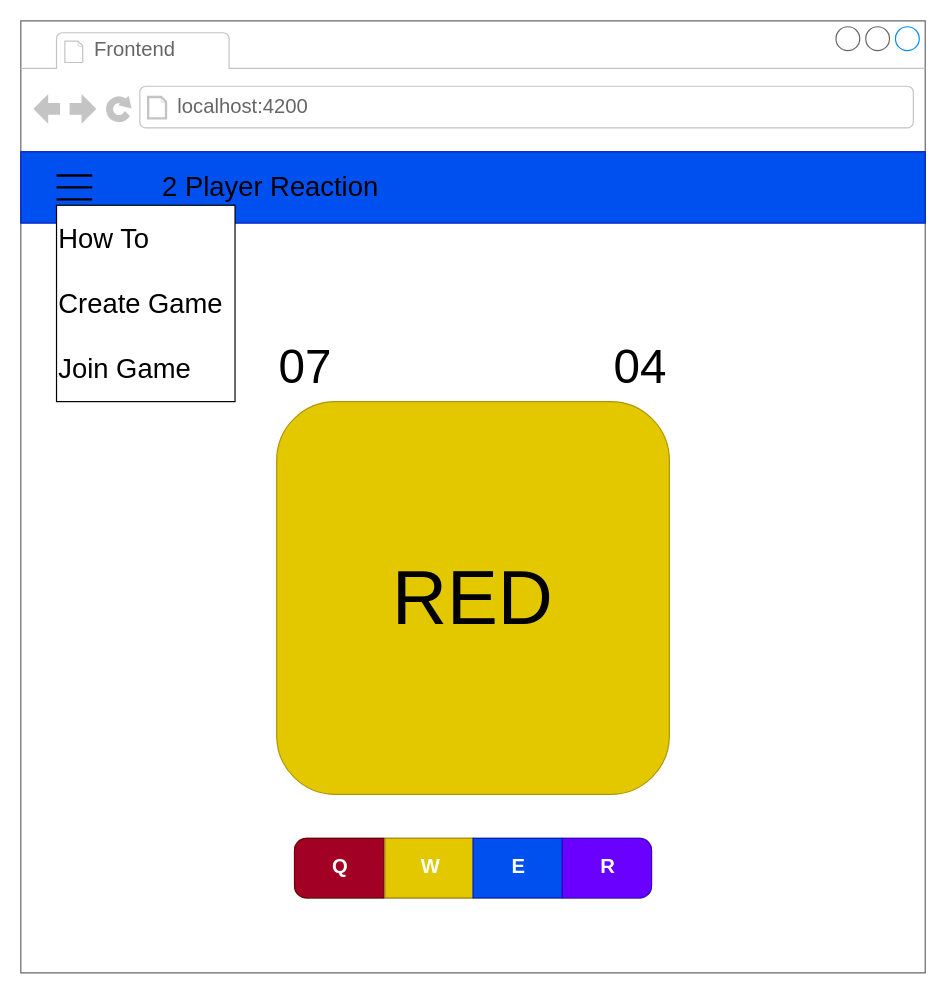
The draw.io diagram docs/src/mockup.drawio in SoftwareKater/nx-confusion, before the edit. Source tidied: cells renumbered, new cells numbered last; positions are measured from the earlier drawing's top-left corner, leaving out a move shared by most shapes. Both pictures are drawn from the tidied source at 119%, with x=0, y=0 at pixel (20, 20).
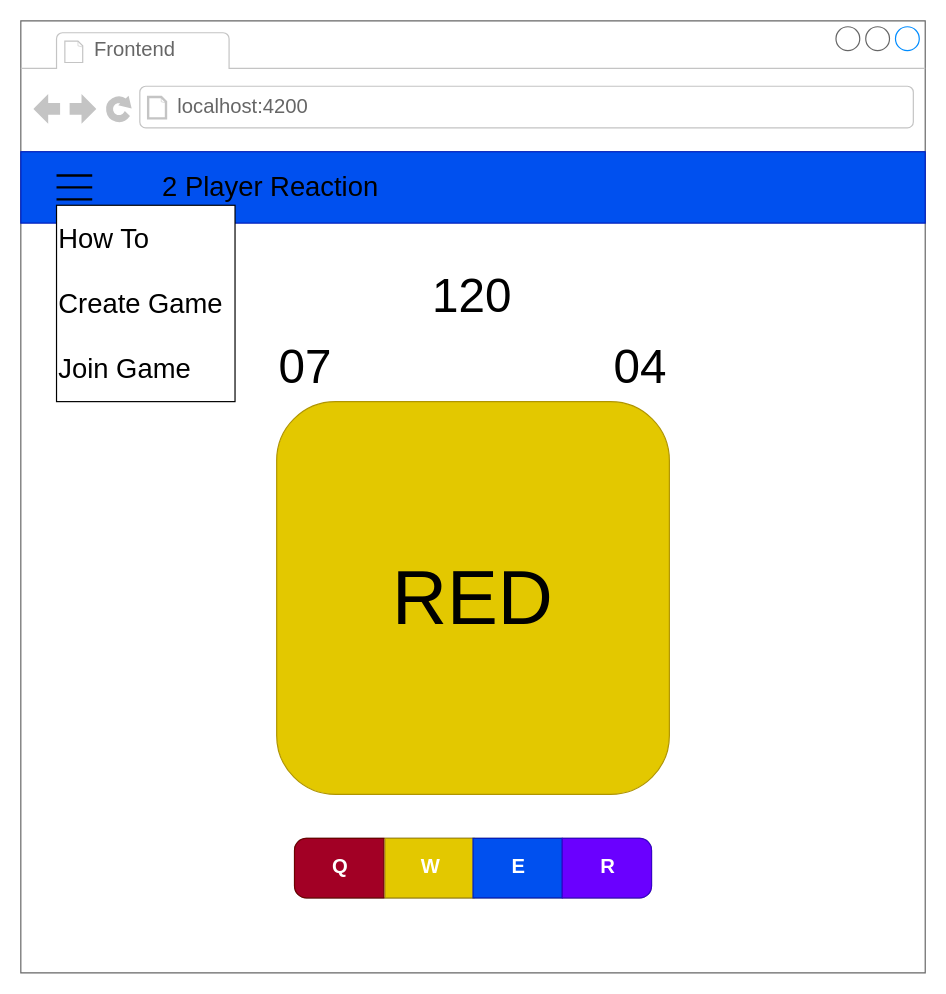
The same diagram, later.

Commit message (it also covers changes not shown here):
update architecture, mockup and demo

Unchanged cells that the change refers to:
```xml
<mxCell id="2" style="strokeWidth=1;shadow=0;dashed=0;align=center;html=1;shape=mxgraph.mockup.containers.browserWindow;rSize=0;strokeColor=#666666;strokeColor2=#008cff;strokeColor3=#c4c4c4;mainText=,;" parent="1" vertex="1">
  <mxGeometry width="760" height="800" as="geometry" />
</mxCell>
```

Diff of the diagram source:
```diff
@@
+    <mxCell id="23" value="120" style="text;html=1;strokeColor=none;fillColor=none;align=left;verticalAlign=middle;whiteSpace=wrap;rounded=0;fontSize=40;" parent="2" vertex="1">
+      <mxGeometry x="343.8" y="200" width="72.5" height="60" as="geometry" />
+    </mxCell>
```
